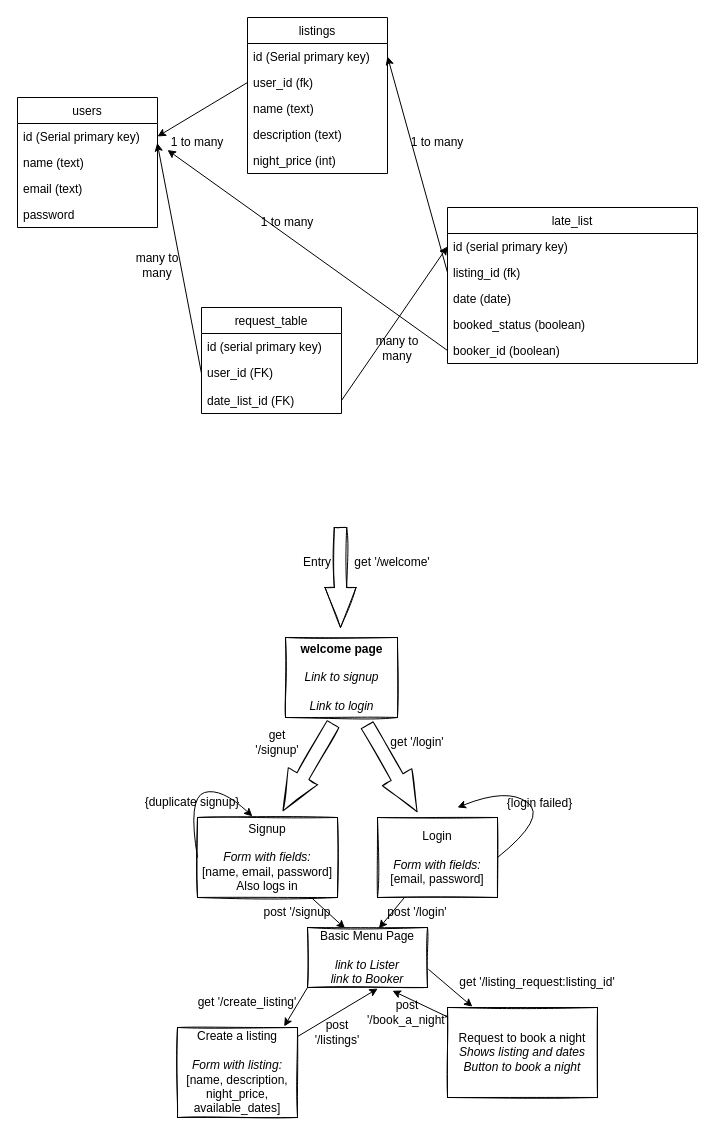
Before: Design.drawio in HOOLAHAN/arkle-bnb, a draw.io diagram. Source tidied: cells renumbered, new cells numbered last; positions are measured from the earlier drawing's top-left corner, leaving out a move shared by most shapes. Both pictures are drawn from the tidied source at 100%, with x=0, y=0 at pixel (17, 17).
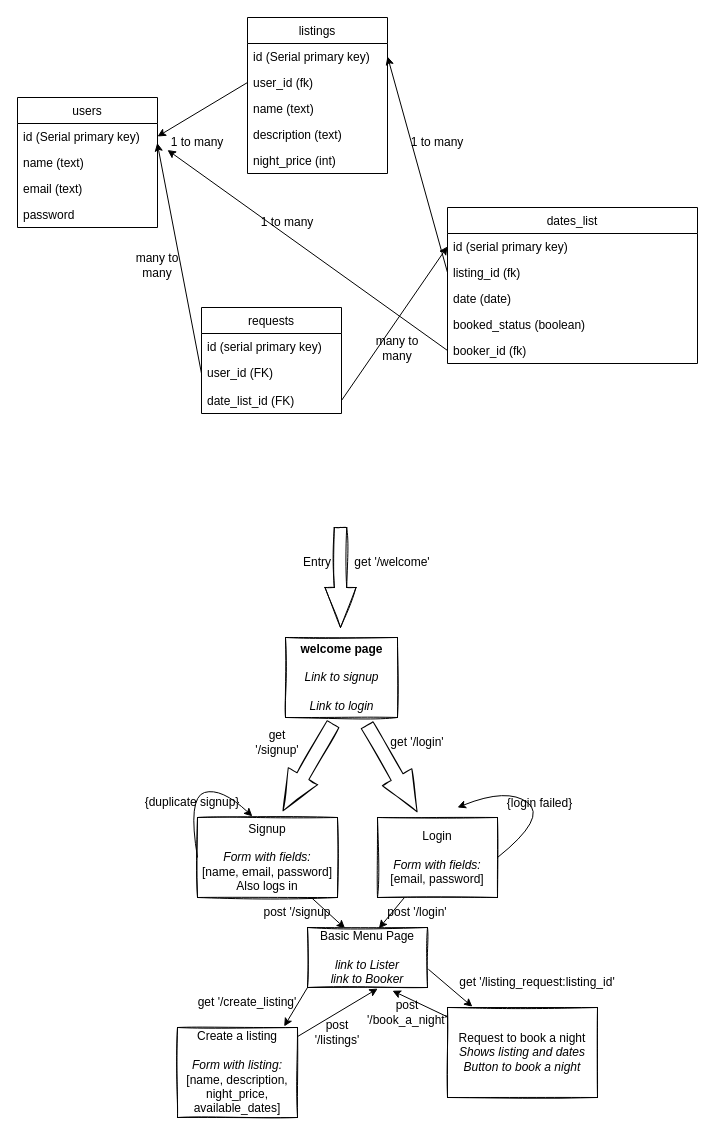
After the change.

Commit message (it also covers changes not shown here):
database seeds and reseeds for review, slight edits to schema

The edit, as a diff of the source:
```diff
@@
-    <mxCell id="14" value="late_list" style="swimlane;fontStyle=0;horizontal=1;startSize=26;fillColor=none;" parent="1" vertex="1">
+    <mxCell id="14" value="dates_list" style="swimlane;fontStyle=0;horizontal=1;startSize=26;fillColor=none;" parent="1" vertex="1">
       <mxGeometry x="430" y="190" width="250" height="156" as="geometry" />
     </mxCell>
@@
-    <mxCell id="19" value="booker_id (boolean)" style="text;strokeColor=none;fillColor=none;align=left;verticalAlign=top;spacingLeft=4;spacingRight=4;overflow=hidden;points=[[0,0.5],[1,0.5]];portConstraint=eastwest;" parent="14" vertex="1">
+    <mxCell id="19" value="booker_id (fk)" style="text;strokeColor=none;fillColor=none;align=left;verticalAlign=top;spacingLeft=4;spacingRight=4;overflow=hidden;points=[[0,0.5],[1,0.5]];portConstraint=eastwest;" parent="14" vertex="1">
       <mxGeometry y="130" width="250" height="26" as="geometry" />
     </mxCell>
@@
-    <mxCell id="23" value="request_table" style="swimlane;fontStyle=0;horizontal=1;startSize=26;fillColor=none;" parent="1" vertex="1">
+    <mxCell id="23" value="requests" style="swimlane;fontStyle=0;horizontal=1;startSize=26;fillColor=none;" parent="1" vertex="1">
       <mxGeometry x="184" y="290" width="140" height="106" as="geometry" />
     </mxCell>
```
